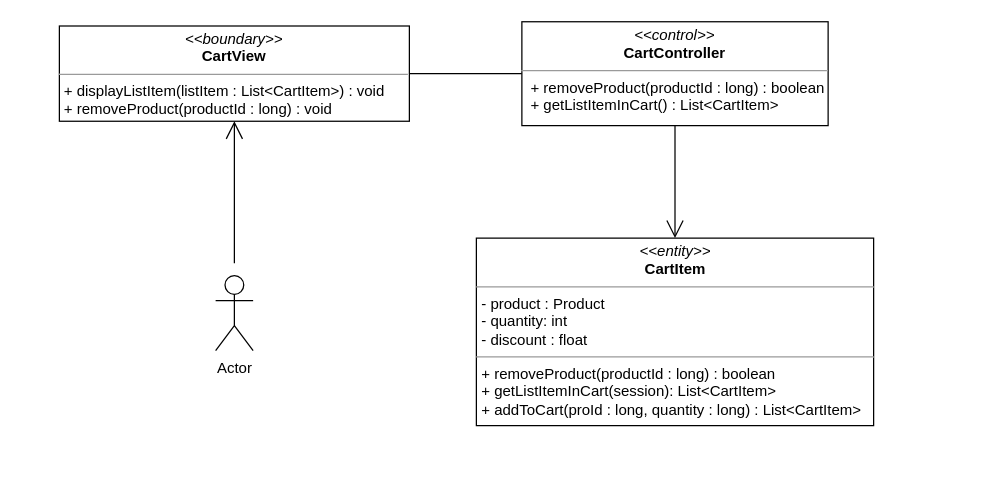
Above: class diagram/remove-product-from-cart-class-diagram.drawio in nguyenphamvan/datn_20202 (draw.io), before the change. Source tidied: cells renumbered, new cells numbered last; positions are measured from the earlier drawing's top-left corner, leaving out a move shared by most shapes. Both pictures are drawn from the tidied source at 125%, with x=0, y=0 at pixel (59, 21).
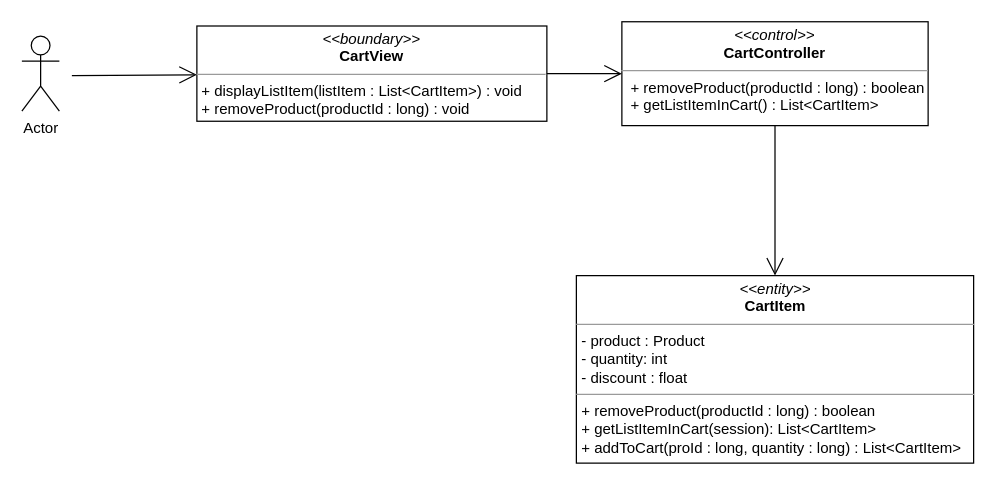
The same page after the edit.

The edit, as a diff of the source:
```diff
@@
 <mxGraphModel>
   <root>
     <mxCell id="0" />
     <mxCell id="1" parent="0" />
     <mxCell id="2" value="&lt;p style=&quot;margin: 0px ; margin-top: 4px ; text-align: center&quot;&gt;&lt;i&gt;&amp;lt;&amp;lt;boundary&amp;gt;&amp;gt;&lt;/i&gt;&lt;br&gt;&lt;b&gt;CartView&lt;/b&gt;&lt;/p&gt;&lt;hr size=&quot;1&quot;&gt;&lt;p style=&quot;margin: 0px ; margin-left: 4px&quot;&gt;&lt;span&gt;+ displayListItem(listItem : List&amp;lt;CartItem&amp;gt;) : void&amp;nbsp;&lt;/span&gt;&lt;/p&gt;&lt;p style=&quot;margin: 0px ; margin-left: 4px&quot;&gt;&lt;span&gt;+ removeProduct(productId : long) : void&lt;br&gt;&lt;/span&gt;&lt;/p&gt;" style="verticalAlign=top;align=left;overflow=fill;fontSize=12;fontFamily=Helvetica;html=1;" parent="1" vertex="1">
-      <mxGeometry y="3.3" width="280" height="76.2" as="geometry" />
+      <mxGeometry x="110" y="3.3" width="280" height="76.2" as="geometry" />
     </mxCell>
-    <mxCell id="3" style="endArrow=none;html=1;edgeStyle=orthogonalEdgeStyle;exitX=1;exitY=0.5;exitDx=0;exitDy=0;" parent="1" edge="1" source="2" target="4">
-      <mxGeometry relative="1" as="geometry" />
-    </mxCell>
     <mxCell id="4" value="&lt;p style=&quot;margin: 0px ; margin-top: 4px ; text-align: center&quot;&gt;&lt;i&gt;&amp;lt;&amp;lt;control&amp;gt;&amp;gt;&lt;/i&gt;&lt;br&gt;&lt;b&gt;CartController&lt;/b&gt;&lt;/p&gt;&lt;hr size=&quot;1&quot;&gt;&lt;p style=&quot;margin: 0px ; margin-left: 4px&quot;&gt;&lt;span&gt;&amp;nbsp;+ removeProduct(productId : long) : boolean&lt;/span&gt;&lt;/p&gt;&lt;p style=&quot;margin: 0px ; margin-left: 4px&quot;&gt;&amp;nbsp;+ getListItemInCart() : List&amp;lt;CartItem&amp;gt;&lt;/p&gt;" style="verticalAlign=top;align=left;overflow=fill;fontSize=12;fontFamily=Helvetica;html=1;" parent="1" vertex="1">
-      <mxGeometry x="370" y="-0.1" width="245" height="83.1" as="geometry" />
+      <mxGeometry x="450" y="-0.1" width="245" height="83.1" as="geometry" />
     </mxCell>
     <mxCell id="5" value="&lt;p style=&quot;margin: 0px ; margin-top: 4px ; text-align: center&quot;&gt;&lt;i&gt;&amp;lt;&amp;lt;entity&amp;gt;&amp;gt;&lt;/i&gt;&lt;br&gt;&lt;b&gt;CartItem&lt;/b&gt;&lt;/p&gt;&lt;hr size=&quot;1&quot;&gt;&lt;p style=&quot;margin: 0px ; margin-left: 4px&quot;&gt;- product : Product&lt;/p&gt;&lt;p style=&quot;margin: 0px ; margin-left: 4px&quot;&gt;- quantity: int&lt;br&gt;- discount : float&lt;/p&gt;&lt;hr size=&quot;1&quot;&gt;&lt;p style=&quot;margin: 0px 0px 0px 4px&quot;&gt;+ removeProduct(productId : long) : boolean&lt;/p&gt;&lt;p style=&quot;margin: 0px 0px 0px 4px&quot;&gt;+ getListItemInCart(session): List&amp;lt;CartItem&amp;gt;&lt;/p&gt;&lt;p style=&quot;margin: 0px 0px 0px 4px&quot;&gt;+ addToCart(proId : long, quantity : long) : List&amp;lt;CartItem&amp;gt;&lt;/p&gt;" style="verticalAlign=top;align=left;overflow=fill;fontSize=12;fontFamily=Helvetica;html=1;" parent="1" vertex="1">
-      <mxGeometry x="333.6" y="173" width="317.8" height="150" as="geometry" />
+      <mxGeometry x="413.6" y="203" width="317.8" height="150" as="geometry" />
     </mxCell>
     <mxCell id="6" style="endArrow=open;endFill=1;endSize=12;html=1;" parent="1" edge="1" source="4" target="5">
       <mxGeometry relative="1" as="geometry" />
     </mxCell>
     <mxCell id="7" value="Actor" style="shape=umlActor;verticalLabelPosition=bottom;verticalAlign=top;html=1;" parent="1" vertex="1">
-      <mxGeometry x="125" y="203" width="30" height="60" as="geometry" />
+      <mxGeometry x="-30" y="11.4" width="30" height="60" as="geometry" />
     </mxCell>
     <mxCell id="8" style="endArrow=open;endFill=1;endSize=12;html=1;" parent="1" edge="1" target="2">
       <mxGeometry relative="1" as="geometry">
-        <mxPoint x="140" y="193" as="sourcePoint" />
+        <mxPoint x="10" y="43" as="sourcePoint" />
       </mxGeometry>
     </mxCell>
+    <mxCell id="3" style="endArrow=open;endFill=1;endSize=12;html=1;" parent="1" edge="1" source="2" target="4">
+      <mxGeometry relative="1" as="geometry" />
+    </mxCell>
   </root>
 </mxGraphModel>
```
